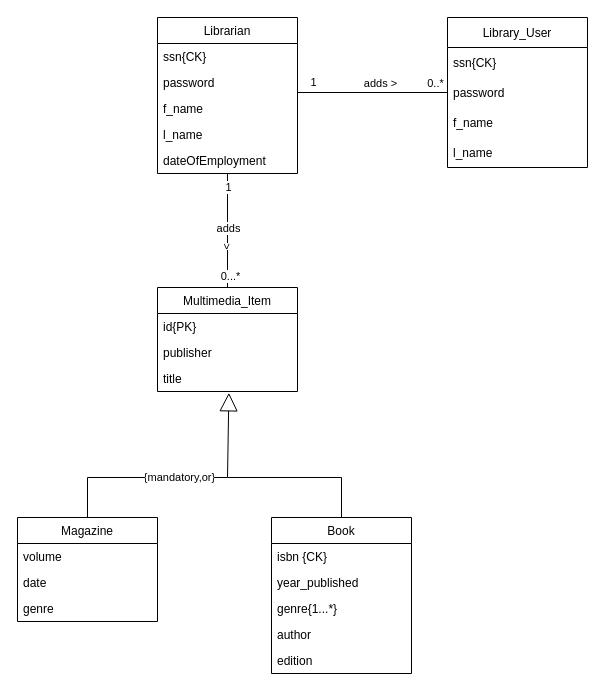
Before: Database/EER Diagram 2.drawio in RafaelSanchezCordoba/Semester-Project-Library, a draw.io diagram. Source tidied: cells renumbered, new cells numbered last; positions are measured from the earlier drawing's top-left corner, leaving out a move shared by most shapes. Both pictures are drawn from the tidied source at 100%, with x=0, y=0 at pixel (17, 17).
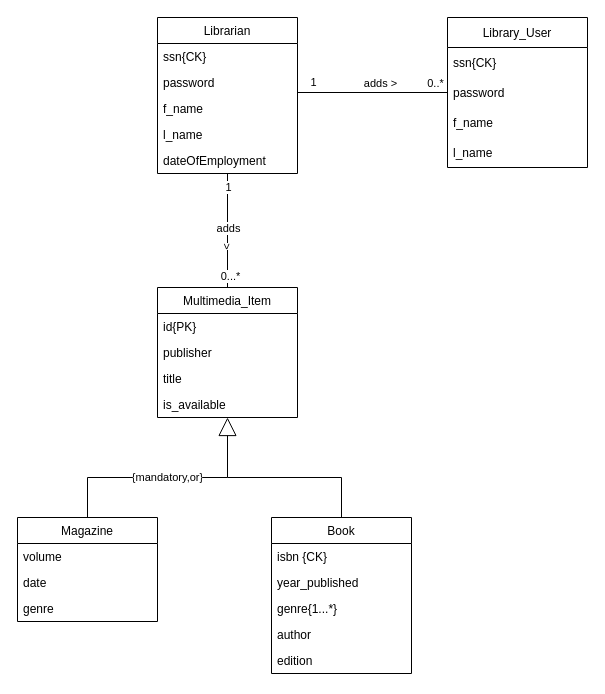
Above is the later version.

The change refers to these unchanged cells:
```xml
<mxCell id="11" value="title" style="text;strokeColor=none;fillColor=none;align=left;verticalAlign=top;spacingLeft=4;spacingRight=4;overflow=hidden;points=[[0,0.5],[1,0.5]];portConstraint=eastwest;" parent="8" vertex="1">
  <mxGeometry y="78" width="140" height="26" as="geometry" />
</mxCell>
<mxCell id="12" value="Magazine" style="swimlane;fontStyle=0;horizontal=1;startSize=26;fillColor=none;" parent="1" vertex="1">
  <mxGeometry y="500" width="140" height="104" as="geometry" />
</mxCell>
```

The edit, as a diff of the source:
```diff
@@
     <mxCell id="8" value="Multimedia_Item" style="swimlane;fontStyle=0;horizontal=1;startSize=26;fillColor=none;" parent="1" vertex="1">
-      <mxGeometry x="140" y="270" width="140" height="104" as="geometry" />
+      <mxGeometry x="140" y="270" width="140" height="130" as="geometry" />
     </mxCell>
@@
+    <mxCell id="38" value="is_available" style="text;strokeColor=none;fillColor=none;align=left;verticalAlign=top;spacingLeft=4;spacingRight=4;overflow=hidden;" parent="8" vertex="1">
+      <mxGeometry y="104" width="140" height="26" as="geometry" />
+    </mxCell>
@@
-    <mxCell id="27" value="{mandatory,or}" style="endArrow=block;endSize=16;endFill=0;html=1;rounded=0;entryX=0.51;entryY=1.051;entryDx=0;entryDy=0;entryPerimeter=0;exitX=0.5;exitY=0;exitDx=0;exitDy=0;" parent="1" edge="1" source="12" target="11">
+    <mxCell id="27" value="{mandatory,or}" style="endArrow=block;endSize=16;endFill=0;html=1;rounded=0;exitX=0.5;exitY=0;exitDx=0;exitDy=0;" parent="1" edge="1" source="12">
       <mxGeometry relative="1" as="geometry">
+        <mxPoint x="210" y="400" as="targetPoint" />
         <Array as="points">
           <mxPoint x="70" y="460" />
           <mxPoint x="210" y="460" />
         </Array>
       </mxGeometry>
     </mxCell>
```
